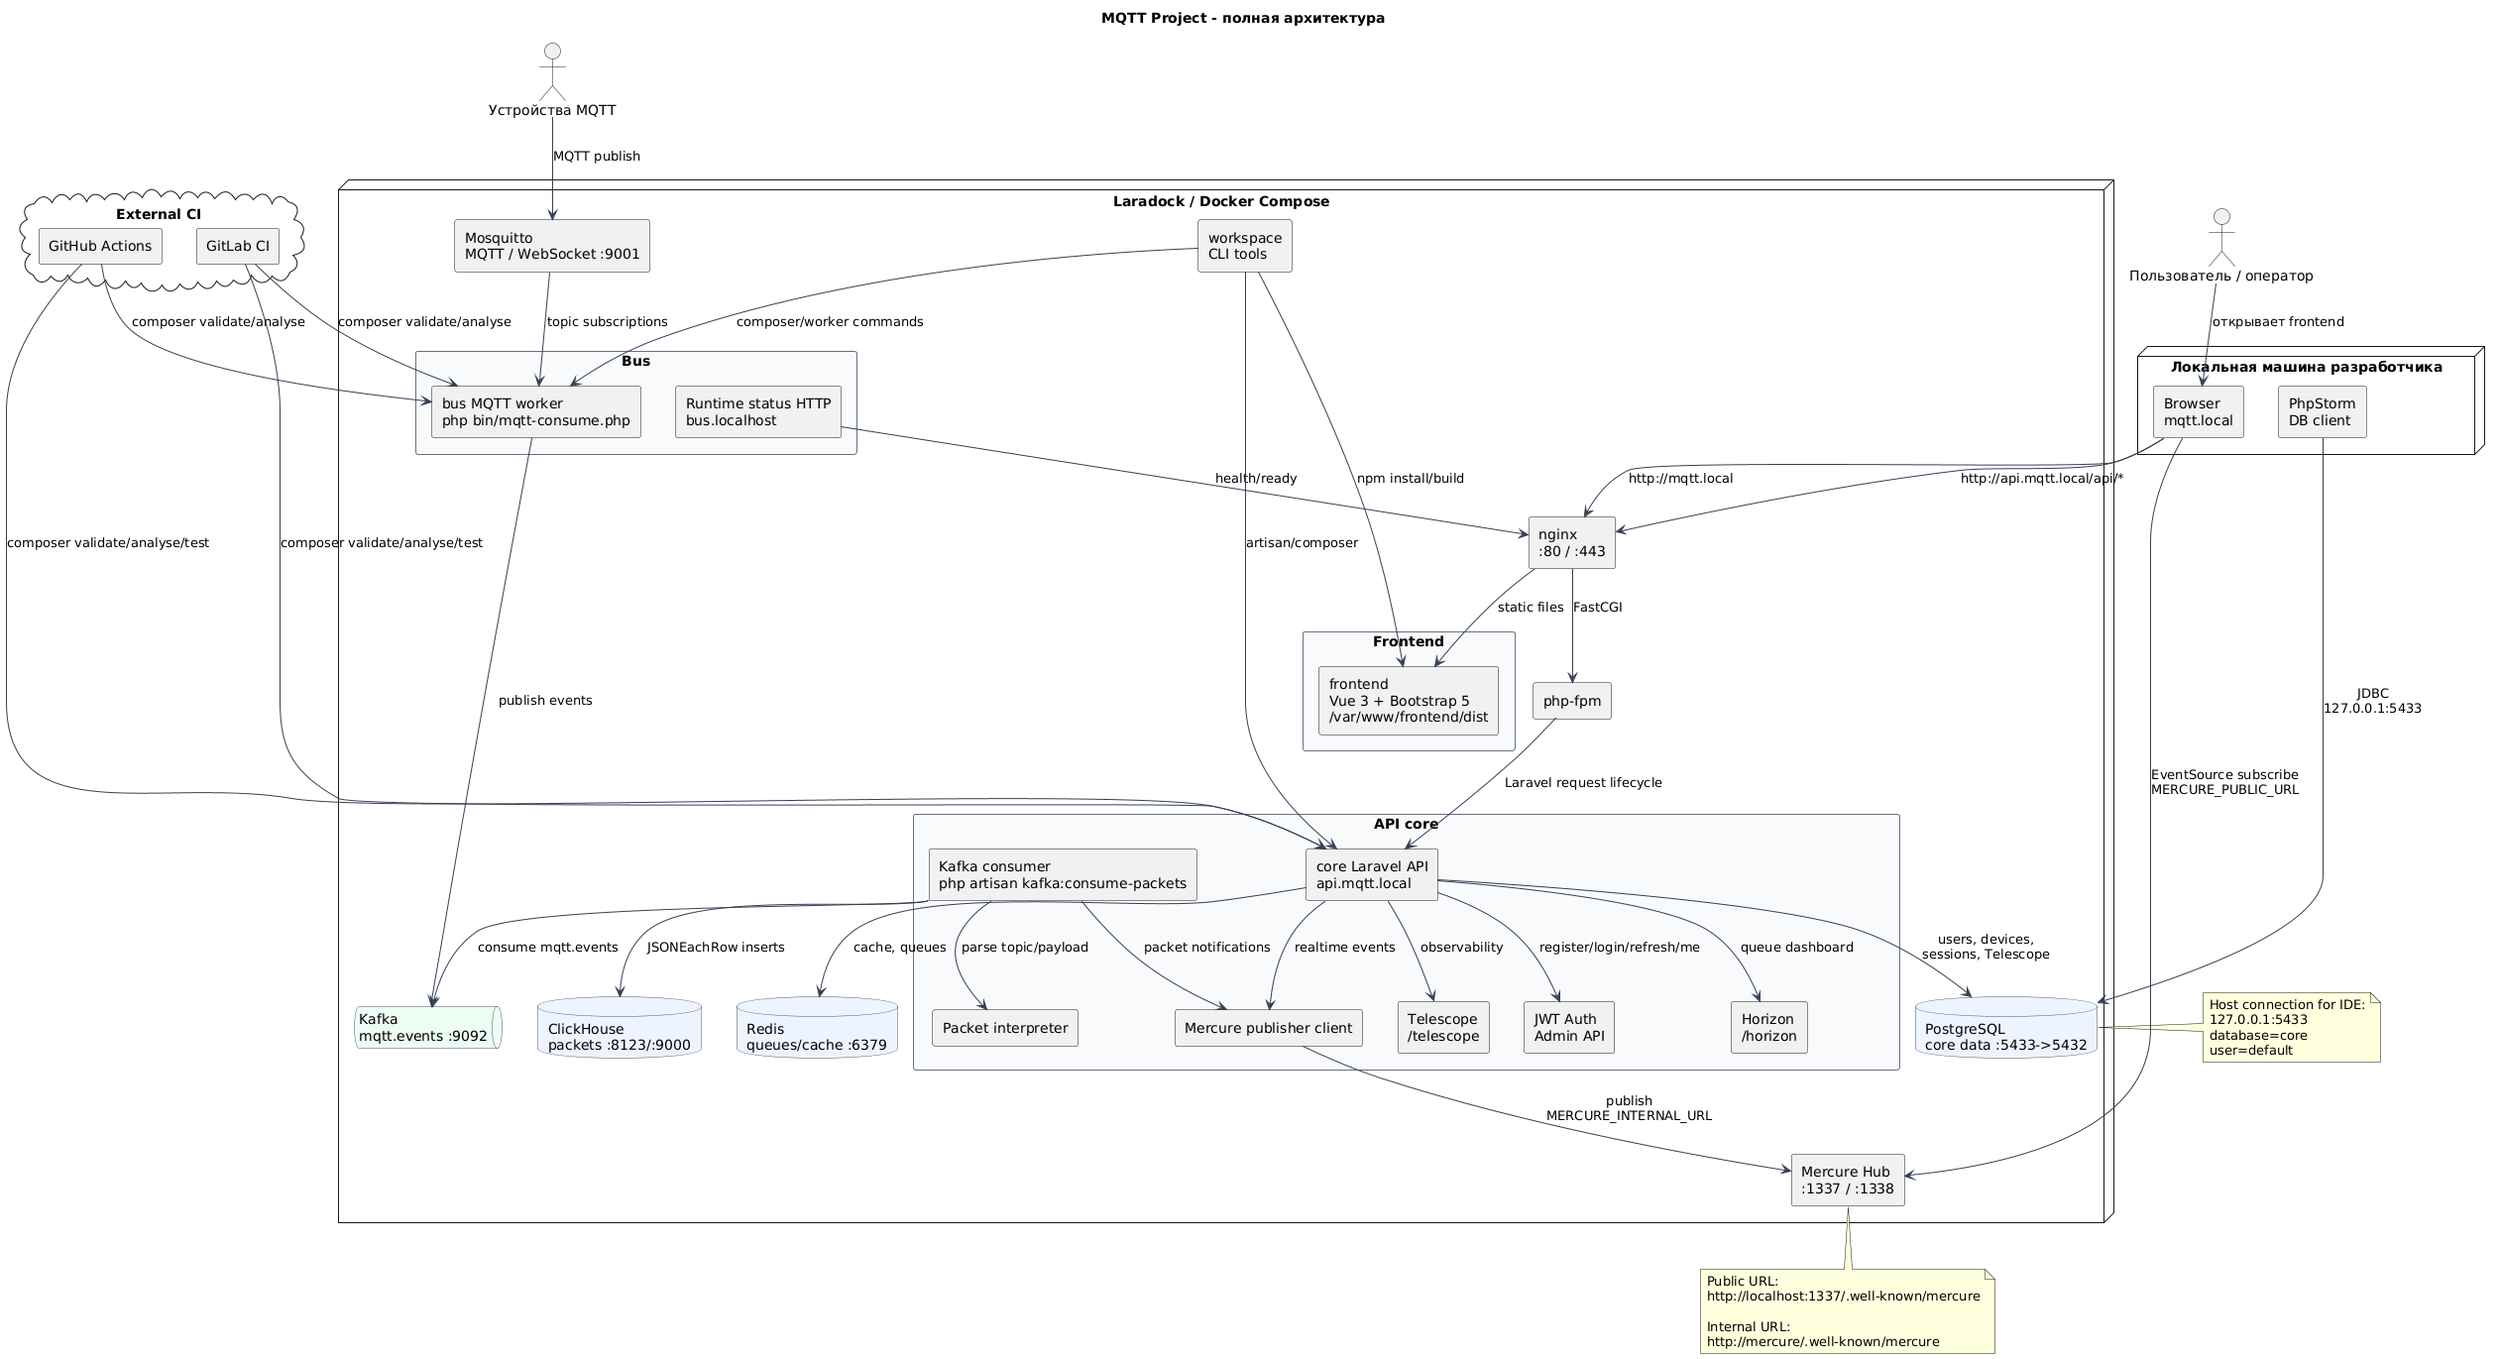
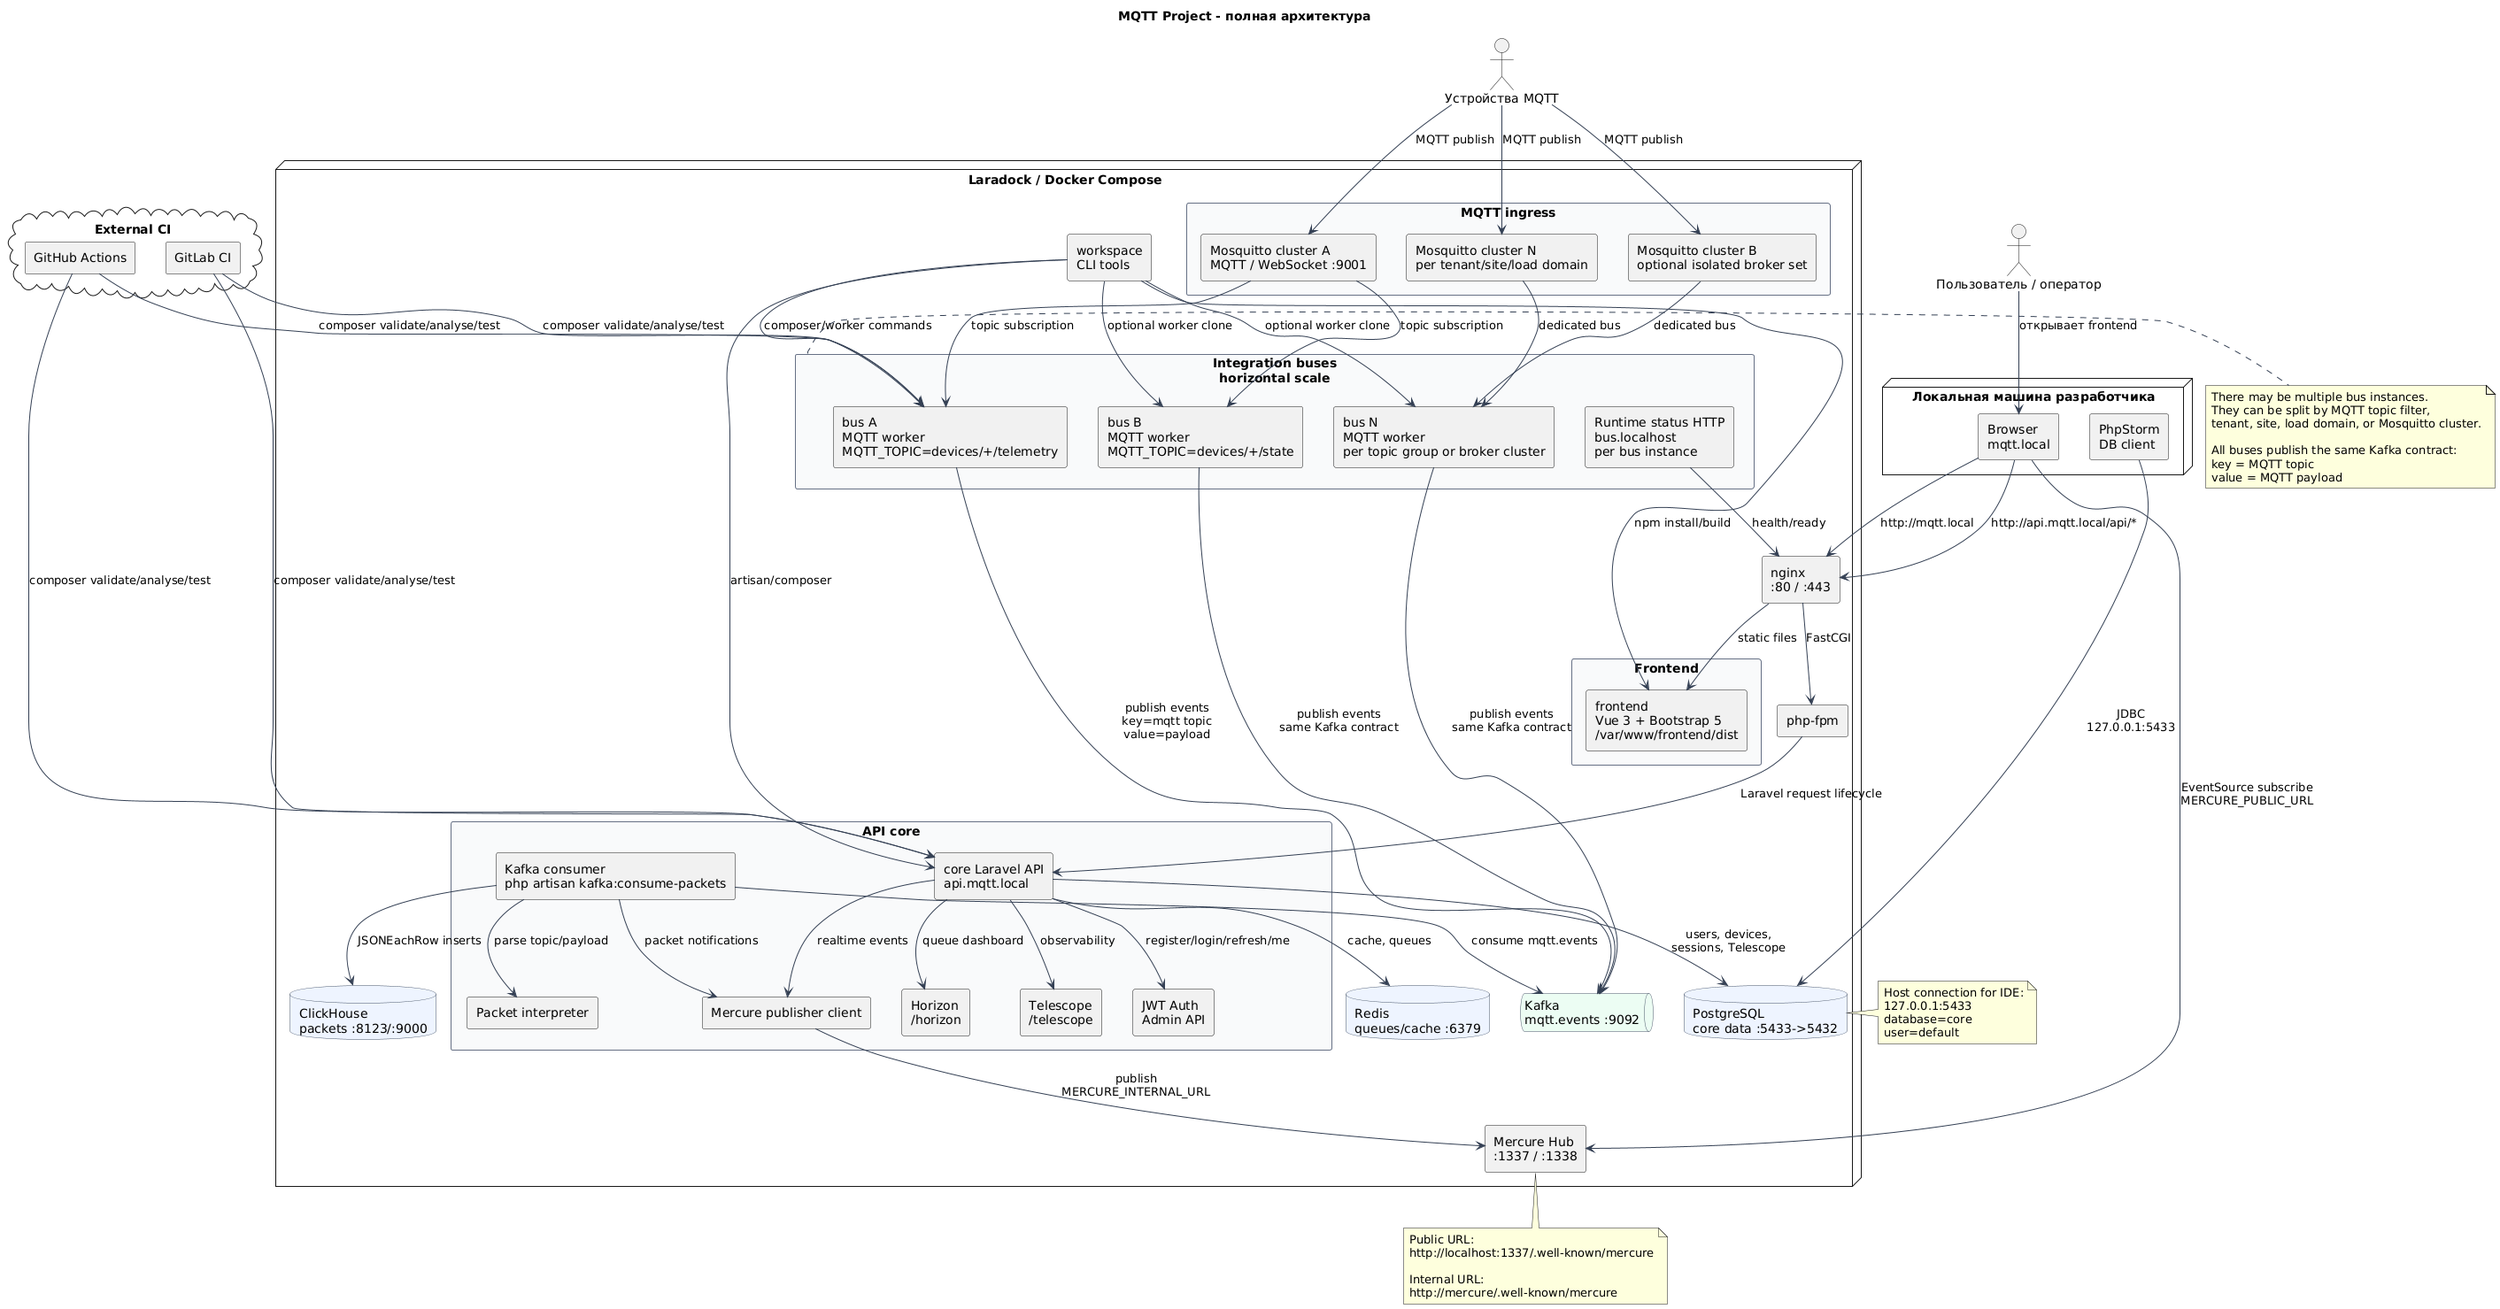
@startuml
title MQTT Project - полная архитектура

skinparam shadowing false
skinparam componentStyle rectangle
skinparam defaultFontName DejaVu Sans
skinparam packageStyle rectangle
skinparam ArrowColor #344054
skinparam rectangle {
  BorderColor #667085
  BackgroundColor #F9FAFB
}
skinparam database {
  BorderColor #475467
  BackgroundColor #EEF4FF
}
skinparam queue {
  BorderColor #475467
  BackgroundColor #ECFDF3
}

actor "Устройства MQTT" as Devices
actor "Пользователь / оператор" as User

node "Локальная машина разработчика" as Host {
  component "Browser\nmqtt.local" as Browser
  component "PhpStorm\nDB client" as PhpStorm
}

node "Laradock / Docker Compose" as Docker {
  component "nginx\n:80 / :443" as Nginx
  component "php-fpm" as PhpFpm
  component "workspace\nCLI tools" as Workspace

  package "Frontend" as FrontendBox {
    component "frontend\nVue 3 + Bootstrap 5\n/var/www/frontend/dist" as Frontend
  }

  package "API core" as CoreBox {
    component "core Laravel API\napi.mqtt.local" as Core
    component "JWT Auth\nAdmin API" as Auth
    component "Packet interpreter" as Interpreter
    component "Kafka consumer\nphp artisan kafka:consume-packets" as CoreConsumer
    component "Horizon\n/horizon" as Horizon
    component "Telescope\n/telescope" as Telescope
    component "Mercure publisher client" as MercureClient
  }

-   package "Bus" as BusBox {
-     component "bus MQTT worker\nphp bin/mqtt-consume.php" as Bus
-     component "Runtime status HTTP\nbus.localhost" as BusHttp
+   package "Integration buses\nhorizontal scale" as BusBox {
+     component "bus A\nMQTT worker\nMQTT_TOPIC=devices/+/telemetry" as BusA
+     component "bus B\nMQTT worker\nMQTT_TOPIC=devices/+/state" as BusB
+     component "bus N\nMQTT worker\nper topic group or broker cluster" as BusN
+     component "Runtime status HTTP\nbus.localhost\nper bus instance" as BusHttp
  }

-   component "Mosquitto\nMQTT / WebSocket :9001" as Mosquitto
+   package "MQTT ingress" as MqttBox {
+     component "Mosquitto cluster A\nMQTT / WebSocket :9001" as MosquittoA
+     component "Mosquitto cluster B\noptional isolated broker set" as MosquittoB
+     component "Mosquitto cluster N\nper tenant/site/load domain" as MosquittoN
+   }
+ 
  queue "Kafka\nmqtt.events :9092" as Kafka
  database "PostgreSQL\ncore data :5433->5432" as PostgreSQL
  database "ClickHouse\npackets :8123/:9000" as ClickHouse
  database "Redis\nqueues/cache :6379" as Redis
  component "Mercure Hub\n:1337 / :1338" as Mercure
}

cloud "External CI" as CI {
  component "GitLab CI" as GitLabCI
  component "GitHub Actions" as GitHubCI
}

User --> Browser : открывает frontend
Browser --> Nginx : http://mqtt.local
Browser --> Nginx : http://api.mqtt.local/api/*
Browser --> Mercure : EventSource subscribe\nMERCURE_PUBLIC_URL
PhpStorm --> PostgreSQL : JDBC\n127.0.0.1:5433

Nginx --> Frontend : static files
Nginx --> PhpFpm : FastCGI
PhpFpm --> Core : Laravel request lifecycle
Core --> Auth : register/login/refresh/me
Core --> PostgreSQL : users, devices,\nsessions, Telescope
Core --> Redis : cache, queues
Core --> Horizon : queue dashboard
Core --> Telescope : observability
Core --> MercureClient : realtime events
MercureClient --> Mercure : publish\nMERCURE_INTERNAL_URL

- Devices --> Mosquitto : MQTT publish
- Mosquitto --> Bus : topic subscriptions
- Bus --> Kafka : publish events
+ Devices --> MosquittoA : MQTT publish
+ Devices --> MosquittoB : MQTT publish
+ Devices --> MosquittoN : MQTT publish
+ MosquittoA --> BusA : topic subscription
+ MosquittoA --> BusB : topic subscription
+ MosquittoB --> BusN : dedicated bus
+ MosquittoN --> BusN : dedicated bus
+ BusA --> Kafka : publish events\nkey=mqtt topic\nvalue=payload
+ BusB --> Kafka : publish events\nsame Kafka contract
+ BusN --> Kafka : publish events\nsame Kafka contract
BusHttp --> Nginx : health/ready
CoreConsumer --> Kafka : consume mqtt.events
CoreConsumer --> Interpreter : parse topic/payload
CoreConsumer --> ClickHouse : JSONEachRow inserts
CoreConsumer --> MercureClient : packet notifications

Workspace --> Core : artisan/composer
- Workspace --> Bus : composer/worker commands
+ Workspace --> BusA : composer/worker commands
+ Workspace --> BusB : optional worker clone
+ Workspace --> BusN : optional worker clone
Workspace --> Frontend : npm install/build

GitLabCI --> Core : composer validate/analyse/test
- GitLabCI --> Bus : composer validate/analyse
+ GitLabCI --> BusA : composer validate/analyse/test
GitHubCI --> Core : composer validate/analyse/test
- GitHubCI --> Bus : composer validate/analyse
+ GitHubCI --> BusA : composer validate/analyse/test
+ 
+ note right of BusBox
+ There may be multiple bus instances.
+ They can be split by MQTT topic filter,
+ tenant, site, load domain, or Mosquitto cluster.
+ 
+ All buses publish the same Kafka contract:
+ key = MQTT topic
+ value = MQTT payload
+ end note

note right of PostgreSQL
Host connection for IDE:
127.0.0.1:5433
database=core
user=default
end note

note bottom of Mercure
Public URL:
http://localhost:1337/.well-known/mercure

Internal URL:
http://mercure/.well-known/mercure
end note

@enduml
